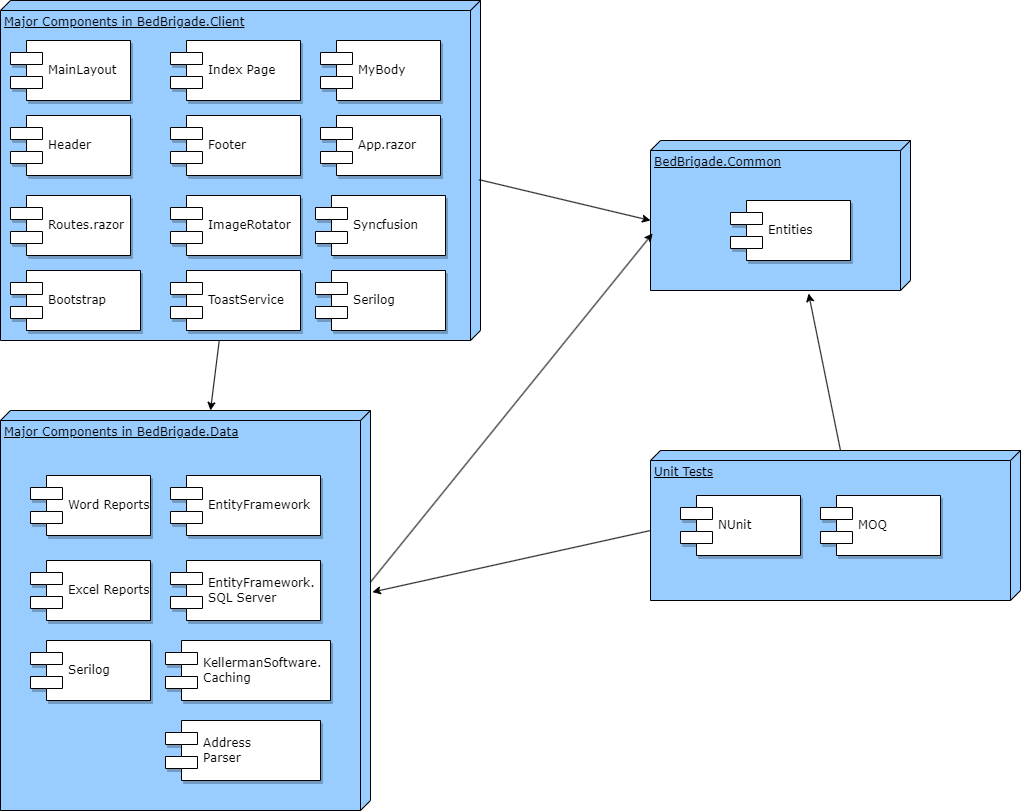
GregFinzer/BedBrigadeNational keeps this draw.io diagram as Documentation/Design/Application Architecture Diagram.png. Above is the earlier version. Source tidied: cells renumbered, new cells last; positions are measured from the earlier drawing's top-left corner, leaving out a move shared by most shapes.
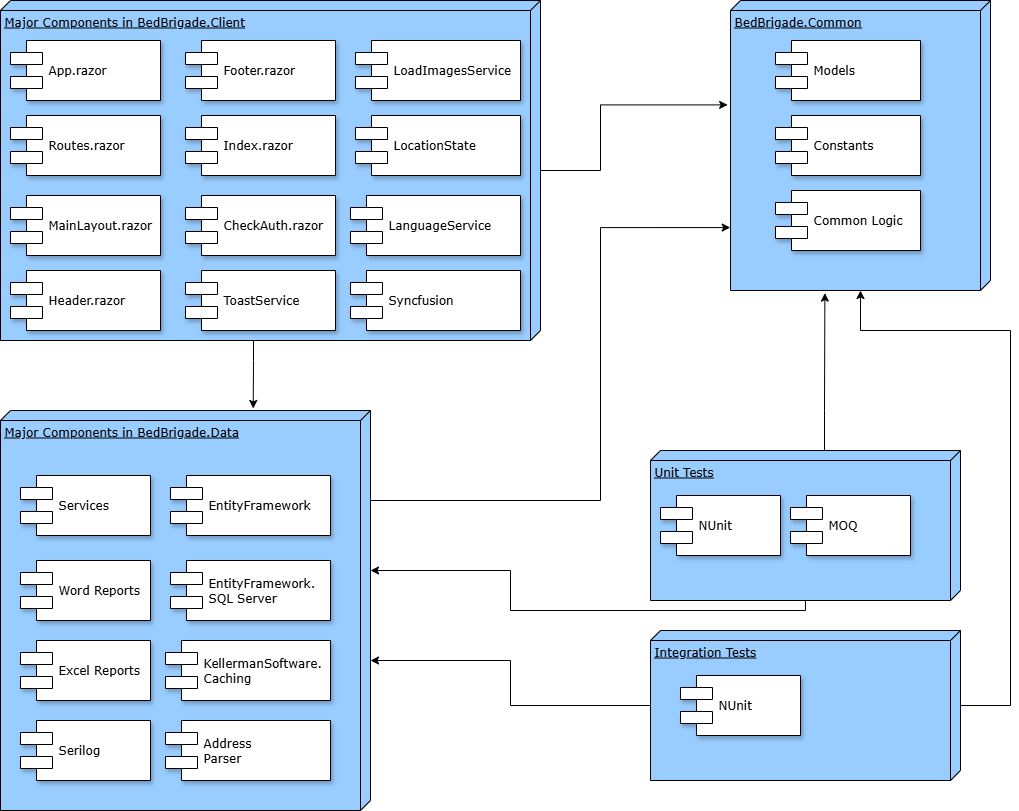
After the commit.

Commit message:
Update Application Architecture Diagram, Application Infrastructure Diagram, EntityRelationshipDiagram, Information Architecture Diagram

The edit, as a diff of the source:
```diff
@@ -3,97 +3,155 @@
     <mxCell id="0" />
     <mxCell id="1" parent="0" />
     <mxCell id="2" value="Major Components in BedBrigade.Client" style="verticalAlign=top;align=left;spacingTop=8;spacingLeft=2;spacingRight=12;shape=cube;size=10;direction=south;fontStyle=4;html=1;rounded=0;shadow=0;comic=0;labelBackgroundColor=none;strokeWidth=1;fontFamily=Verdana;fontSize=12;fillColor=#99CCFF;" parent="1" vertex="1">
-      <mxGeometry width="480" height="340" as="geometry" />
+      <mxGeometry width="540" height="340" as="geometry" />
     </mxCell>
     <mxCell id="3" value="Major Components in BedBrigade.Data" style="verticalAlign=top;align=left;spacingTop=8;spacingLeft=2;spacingRight=12;shape=cube;size=10;direction=south;fontStyle=4;html=1;rounded=0;shadow=0;comic=0;labelBackgroundColor=none;strokeWidth=1;fontFamily=Verdana;fontSize=12;fillColor=#99CCFF;" parent="1" vertex="1">
       <mxGeometry y="410" width="370" height="400" as="geometry" />
     </mxCell>
     <mxCell id="4" value="BedBrigade.Common" style="verticalAlign=top;align=left;spacingTop=8;spacingLeft=2;spacingRight=12;shape=cube;size=10;direction=south;fontStyle=4;html=1;rounded=0;shadow=0;comic=0;labelBackgroundColor=none;strokeWidth=1;fontFamily=Verdana;fontSize=12;fillColor=#99CCFF;" parent="1" vertex="1">
-      <mxGeometry x="650" y="140" width="260" height="150" as="geometry" />
+      <mxGeometry x="730" width="260" height="290" as="geometry" />
     </mxCell>
-    <mxCell id="5" value="Index Page" style="shape=component;align=left;spacingLeft=36;rounded=0;shadow=1;comic=0;labelBackgroundColor=none;strokeWidth=1;fontFamily=Verdana;fontSize=12;html=1;" parent="1" vertex="1">
-      <mxGeometry x="170" y="40" width="130" height="60" as="geometry" />
+    <mxCell id="5" value="Footer.razor" style="shape=component;align=left;spacingLeft=36;rounded=0;shadow=1;comic=0;labelBackgroundColor=none;strokeWidth=1;fontFamily=Verdana;fontSize=12;html=1;" parent="1" vertex="1">
+      <mxGeometry x="185" y="40" width="150" height="60" as="geometry" />
     </mxCell>
     <mxCell id="6" value="Word Reports" style="shape=component;align=left;spacingLeft=36;rounded=0;shadow=1;comic=0;labelBackgroundColor=none;strokeWidth=1;fontFamily=Verdana;fontSize=12;html=1;" parent="1" vertex="1">
-      <mxGeometry x="30" y="475" width="120" height="60" as="geometry" />
+      <mxGeometry x="20" y="560" width="130" height="60" as="geometry" />
     </mxCell>
-    <mxCell id="7" value="Entities" style="shape=component;align=left;spacingLeft=36;rounded=0;shadow=1;comic=0;labelBackgroundColor=none;strokeWidth=1;fontFamily=Verdana;fontSize=12;html=1;" parent="1" vertex="1">
-      <mxGeometry x="730" y="200" width="120" height="60" as="geometry" />
+    <mxCell id="7" value="Models" style="shape=component;align=left;spacingLeft=36;rounded=0;shadow=1;comic=0;labelBackgroundColor=none;strokeWidth=1;fontFamily=Verdana;fontSize=12;html=1;" parent="1" vertex="1">
+      <mxGeometry x="775" y="40" width="145" height="60" as="geometry" />
     </mxCell>
-    <mxCell id="8" value="MainLayout" style="shape=component;align=left;spacingLeft=36;rounded=0;shadow=1;comic=0;labelBackgroundColor=none;strokeWidth=1;fontFamily=Verdana;fontSize=12;html=1;" parent="1" vertex="1">
-      <mxGeometry x="10" y="40" width="120" height="60" as="geometry" />
+    <mxCell id="8" value="App.razor" style="shape=component;align=left;spacingLeft=36;rounded=0;shadow=1;comic=0;labelBackgroundColor=none;strokeWidth=1;fontFamily=Verdana;fontSize=12;html=1;" parent="1" vertex="1">
+      <mxGeometry x="10" y="40" width="150" height="60" as="geometry" />
     </mxCell>
     <mxCell id="9" value="Excel Reports" style="shape=component;align=left;spacingLeft=36;rounded=0;shadow=1;comic=0;labelBackgroundColor=none;strokeWidth=1;fontFamily=Verdana;fontSize=12;html=1;" parent="1" vertex="1">
-      <mxGeometry x="30" y="560" width="120" height="60" as="geometry" />
+      <mxGeometry x="20" y="640" width="130" height="60" as="geometry" />
     </mxCell>
     <mxCell id="10" value="EntityFramework.&lt;br&gt;SQL Server" style="shape=component;align=left;spacingLeft=36;rounded=0;shadow=1;comic=0;labelBackgroundColor=none;strokeWidth=1;fontFamily=Verdana;fontSize=12;html=1;" parent="1" vertex="1">
-      <mxGeometry x="170" y="560" width="150" height="60" as="geometry" />
+      <mxGeometry x="170" y="560" width="160" height="60" as="geometry" />
     </mxCell>
     <mxCell id="11" value="EntityFramework&lt;br&gt;" style="shape=component;align=left;spacingLeft=36;rounded=0;shadow=1;comic=0;labelBackgroundColor=none;strokeWidth=1;fontFamily=Verdana;fontSize=12;html=1;" parent="1" vertex="1">
-      <mxGeometry x="170" y="475" width="150" height="60" as="geometry" />
+      <mxGeometry x="170" y="475" width="160" height="60" as="geometry" />
     </mxCell>
     <mxCell id="12" value="Serilog" style="shape=component;align=left;spacingLeft=36;rounded=0;shadow=1;comic=0;labelBackgroundColor=none;strokeWidth=1;fontFamily=Verdana;fontSize=12;html=1;" parent="1" vertex="1">
-      <mxGeometry x="30" y="640" width="120" height="60" as="geometry" />
+      <mxGeometry x="20" y="720" width="130" height="60" as="geometry" />
     </mxCell>
     <mxCell id="13" value="KellermanSoftware.&lt;br&gt;Caching" style="shape=component;align=left;spacingLeft=36;rounded=0;shadow=1;comic=0;labelBackgroundColor=none;strokeWidth=1;fontFamily=Verdana;fontSize=12;html=1;" parent="1" vertex="1">
       <mxGeometry x="165" y="640" width="165" height="60" as="geometry" />
     </mxCell>
-    <mxCell id="14" style="endArrow=classic;html=1;rounded=0;" parent="1" edge="1" source="2" target="3">
-      <mxGeometry relative="1" as="geometry" />
-    </mxCell>
-    <mxCell id="15" style="endArrow=classic;html=1;rounded=0;exitX=0.527;exitY=0.003;exitDx=0;exitDy=0;exitPerimeter=0;entryX=0;entryY=0;entryDx=80;entryDy=260;entryPerimeter=0;" parent="1" edge="1" source="2" target="4">
-      <mxGeometry relative="1" as="geometry" />
-    </mxCell>
-    <mxCell id="16" style="endArrow=classic;html=1;rounded=0;exitX=0.429;exitY=0;exitDx=0;exitDy=0;exitPerimeter=0;entryX=0.62;entryY=0.992;entryDx=0;entryDy=0;entryPerimeter=0;" parent="1" edge="1" source="3" target="4">
-      <mxGeometry relative="1" as="geometry" />
-    </mxCell>
     <mxCell id="17" value="Unit Tests" style="verticalAlign=top;align=left;spacingTop=8;spacingLeft=2;spacingRight=12;shape=cube;size=10;direction=south;fontStyle=4;html=1;rounded=0;shadow=0;comic=0;labelBackgroundColor=none;strokeWidth=1;fontFamily=Verdana;fontSize=12;fillColor=#99CCFF;" parent="1" vertex="1">
-      <mxGeometry x="650" y="450" width="370" height="150" as="geometry" />
+      <mxGeometry x="650" y="450" width="310" height="150" as="geometry" />
     </mxCell>
     <mxCell id="18" value="NUnit" style="shape=component;align=left;spacingLeft=36;rounded=0;shadow=1;comic=0;labelBackgroundColor=none;strokeWidth=1;fontFamily=Verdana;fontSize=12;html=1;" parent="1" vertex="1">
-      <mxGeometry x="680" y="495" width="120" height="60" as="geometry" />
+      <mxGeometry x="660" y="495" width="120" height="60" as="geometry" />
     </mxCell>
     <mxCell id="19" value="MOQ" style="shape=component;align=left;spacingLeft=36;rounded=0;shadow=1;comic=0;labelBackgroundColor=none;strokeWidth=1;fontFamily=Verdana;fontSize=12;html=1;" parent="1" vertex="1">
-      <mxGeometry x="820" y="495" width="120" height="60" as="geometry" />
+      <mxGeometry x="790" y="495" width="120" height="60" as="geometry" />
     </mxCell>
-    <mxCell id="20" style="endArrow=classic;html=1;rounded=0;exitX=0;exitY=0;exitDx=0;exitDy=180;exitPerimeter=0;entryX=1.02;entryY=0.392;entryDx=0;entryDy=0;entryPerimeter=0;" parent="1" edge="1" source="17" target="4">
-      <mxGeometry relative="1" as="geometry" />
-    </mxCell>
-    <mxCell id="21" style="endArrow=classic;html=1;rounded=0;entryX=0.454;entryY=-0.005;entryDx=0;entryDy=0;entryPerimeter=0;exitX=0;exitY=0;exitDx=80;exitDy=370;exitPerimeter=0;" parent="1" edge="1" source="17" target="3">
-      <mxGeometry relative="1" as="geometry" />
-    </mxCell>
-    <mxCell id="22" value="Header" style="shape=component;align=left;spacingLeft=36;rounded=0;shadow=1;comic=0;labelBackgroundColor=none;strokeWidth=1;fontFamily=Verdana;fontSize=12;html=1;" parent="1" vertex="1">
-      <mxGeometry x="10" y="115" width="120" height="60" as="geometry" />
+    <mxCell id="22" value="Routes.razor" style="shape=component;align=left;spacingLeft=36;rounded=0;shadow=1;comic=0;labelBackgroundColor=none;strokeWidth=1;fontFamily=Verdana;fontSize=12;html=1;" parent="1" vertex="1">
+      <mxGeometry x="10" y="115" width="150" height="60" as="geometry" />
     </mxCell>
-    <mxCell id="23" value="Routes.razor" style="shape=component;align=left;spacingLeft=36;rounded=0;shadow=1;comic=0;labelBackgroundColor=none;strokeWidth=1;fontFamily=Verdana;fontSize=12;html=1;" parent="1" vertex="1">
-      <mxGeometry x="10" y="195" width="120" height="60" as="geometry" />
+    <mxCell id="23" value="MainLayout.razor" style="shape=component;align=left;spacingLeft=36;rounded=0;shadow=1;comic=0;labelBackgroundColor=none;strokeWidth=1;fontFamily=Verdana;fontSize=12;html=1;" parent="1" vertex="1">
+      <mxGeometry x="10" y="195" width="150" height="60" as="geometry" />
     </mxCell>
-    <mxCell id="24" value="Footer" style="shape=component;align=left;spacingLeft=36;rounded=0;shadow=1;comic=0;labelBackgroundColor=none;strokeWidth=1;fontFamily=Verdana;fontSize=12;html=1;" parent="1" vertex="1">
-      <mxGeometry x="170" y="115" width="130" height="60" as="geometry" />
+    <mxCell id="24" value="Index.razor" style="shape=component;align=left;spacingLeft=36;rounded=0;shadow=1;comic=0;labelBackgroundColor=none;strokeWidth=1;fontFamily=Verdana;fontSize=12;html=1;" parent="1" vertex="1">
+      <mxGeometry x="185" y="115" width="150" height="60" as="geometry" />
     </mxCell>
-    <mxCell id="25" value="ImageRotator" style="shape=component;align=left;spacingLeft=36;rounded=0;shadow=1;comic=0;labelBackgroundColor=none;strokeWidth=1;fontFamily=Verdana;fontSize=12;html=1;" parent="1" vertex="1">
-      <mxGeometry x="170" y="195" width="130" height="60" as="geometry" />
+    <mxCell id="25" value="CheckAuth.razor" style="shape=component;align=left;spacingLeft=36;rounded=0;shadow=1;comic=0;labelBackgroundColor=none;strokeWidth=1;fontFamily=Verdana;fontSize=12;html=1;" parent="1" vertex="1">
+      <mxGeometry x="185" y="195" width="150" height="60" as="geometry" />
     </mxCell>
-    <mxCell id="26" value="MyBody" style="shape=component;align=left;spacingLeft=36;rounded=0;shadow=1;comic=0;labelBackgroundColor=none;strokeWidth=1;fontFamily=Verdana;fontSize=12;html=1;" parent="1" vertex="1">
-      <mxGeometry x="320" y="40" width="120" height="60" as="geometry" />
+    <mxCell id="26" value="LoadImagesService" style="shape=component;align=left;spacingLeft=36;rounded=0;shadow=1;comic=0;labelBackgroundColor=none;strokeWidth=1;fontFamily=Verdana;fontSize=12;html=1;" parent="1" vertex="1">
+      <mxGeometry x="355" y="40" width="165" height="60" as="geometry" />
     </mxCell>
     <mxCell id="27" value="Address&lt;br&gt;Parser" style="shape=component;align=left;spacingLeft=36;rounded=0;shadow=1;comic=0;labelBackgroundColor=none;strokeWidth=1;fontFamily=Verdana;fontSize=12;html=1;" parent="1" vertex="1">
-      <mxGeometry x="165" y="720" width="155" height="60" as="geometry" />
+      <mxGeometry x="165" y="720" width="165" height="60" as="geometry" />
     </mxCell>
-    <mxCell id="28" value="App.razor" style="shape=component;align=left;spacingLeft=36;rounded=0;shadow=1;comic=0;labelBackgroundColor=none;strokeWidth=1;fontFamily=Verdana;fontSize=12;html=1;" parent="1" vertex="1">
-      <mxGeometry x="320" y="115" width="120" height="60" as="geometry" />
+    <mxCell id="28" value="LocationState" style="shape=component;align=left;spacingLeft=36;rounded=0;shadow=1;comic=0;labelBackgroundColor=none;strokeWidth=1;fontFamily=Verdana;fontSize=12;html=1;" parent="1" vertex="1">
+      <mxGeometry x="355" y="115" width="165" height="60" as="geometry" />
     </mxCell>
-    <mxCell id="29" value="Syncfusion" style="shape=component;align=left;spacingLeft=36;rounded=0;shadow=1;comic=0;labelBackgroundColor=none;strokeWidth=1;fontFamily=Verdana;fontSize=12;html=1;" parent="1" vertex="1">
-      <mxGeometry x="315" y="195" width="130" height="60" as="geometry" />
+    <mxCell id="29" value="LanguageService" style="shape=component;align=left;spacingLeft=36;rounded=0;shadow=1;comic=0;labelBackgroundColor=none;strokeWidth=1;fontFamily=Verdana;fontSize=12;html=1;" parent="1" vertex="1">
+      <mxGeometry x="350" y="195" width="170" height="60" as="geometry" />
     </mxCell>
-    <mxCell id="30" value="Bootstrap" style="shape=component;align=left;spacingLeft=36;rounded=0;shadow=1;comic=0;labelBackgroundColor=none;strokeWidth=1;fontFamily=Verdana;fontSize=12;html=1;" parent="1" vertex="1">
-      <mxGeometry x="10" y="270" width="130" height="60" as="geometry" />
+    <mxCell id="30" value="Header.razor" style="shape=component;align=left;spacingLeft=36;rounded=0;shadow=1;comic=0;labelBackgroundColor=none;strokeWidth=1;fontFamily=Verdana;fontSize=12;html=1;" parent="1" vertex="1">
+      <mxGeometry x="10" y="270" width="150" height="60" as="geometry" />
     </mxCell>
     <mxCell id="31" value="ToastService" style="shape=component;align=left;spacingLeft=36;rounded=0;shadow=1;comic=0;labelBackgroundColor=none;strokeWidth=1;fontFamily=Verdana;fontSize=12;html=1;" parent="1" vertex="1">
-      <mxGeometry x="170" y="270" width="130" height="60" as="geometry" />
+      <mxGeometry x="185" y="270" width="150" height="60" as="geometry" />
     </mxCell>
-    <mxCell id="32" value="Serilog" style="shape=component;align=left;spacingLeft=36;rounded=0;shadow=1;comic=0;labelBackgroundColor=none;strokeWidth=1;fontFamily=Verdana;fontSize=12;html=1;" parent="1" vertex="1">
-      <mxGeometry x="315" y="270" width="130" height="60" as="geometry" />
+    <mxCell id="32" value="Syncfusion" style="shape=component;align=left;spacingLeft=36;rounded=0;shadow=1;comic=0;labelBackgroundColor=none;strokeWidth=1;fontFamily=Verdana;fontSize=12;html=1;" parent="1" vertex="1">
+      <mxGeometry x="350" y="270" width="170" height="60" as="geometry" />
     </mxCell>
+    <mxCell id="33" value="Common Logic" style="shape=component;align=left;spacingLeft=36;rounded=0;shadow=1;comic=0;labelBackgroundColor=none;strokeWidth=1;fontFamily=Verdana;fontSize=12;html=1;" parent="1" vertex="1">
+      <mxGeometry x="775" y="190" width="145" height="60" as="geometry" />
+    </mxCell>
+    <mxCell id="34" value="Constants" style="shape=component;align=left;spacingLeft=36;rounded=0;shadow=1;comic=0;labelBackgroundColor=none;strokeWidth=1;fontFamily=Verdana;fontSize=12;html=1;" parent="1" vertex="1">
+      <mxGeometry x="775" y="115" width="145" height="60" as="geometry" />
+    </mxCell>
+    <mxCell id="35" value="Services" style="shape=component;align=left;spacingLeft=36;rounded=0;shadow=1;comic=0;labelBackgroundColor=none;strokeWidth=1;fontFamily=Verdana;fontSize=12;html=1;" parent="1" vertex="1">
+      <mxGeometry x="20" y="475" width="130" height="60" as="geometry" />
+    </mxCell>
+    <mxCell id="36" style="edgeStyle=orthogonalEdgeStyle;rounded=0;jettySize=auto;html=1;" parent="1" edge="1" source="37" target="3">
+      <mxGeometry relative="1" as="geometry">
+        <Array as="points">
+          <mxPoint x="510" y="705" />
+          <mxPoint x="510" y="660" />
+        </Array>
+      </mxGeometry>
+    </mxCell>
+    <mxCell id="37" value="Integration Tests" style="verticalAlign=top;align=left;spacingTop=8;spacingLeft=2;spacingRight=12;shape=cube;size=10;direction=south;fontStyle=4;html=1;rounded=0;shadow=0;comic=0;labelBackgroundColor=none;strokeWidth=1;fontFamily=Verdana;fontSize=12;fillColor=#99CCFF;" parent="1" vertex="1">
+      <mxGeometry x="650" y="630" width="310" height="150" as="geometry" />
+    </mxCell>
+    <mxCell id="38" value="NUnit" style="shape=component;align=left;spacingLeft=36;rounded=0;shadow=1;comic=0;labelBackgroundColor=none;strokeWidth=1;fontFamily=Verdana;fontSize=12;html=1;" parent="1" vertex="1">
+      <mxGeometry x="680" y="675" width="120" height="60" as="geometry" />
+    </mxCell>
+    <mxCell id="14" style="edgeStyle=orthogonalEdgeStyle;rounded=0;jettySize=auto;html=1;entryX=-0.005;entryY=0.317;entryDx=0;entryDy=0;entryPerimeter=0;" parent="1" edge="1" source="2" target="3">
+      <mxGeometry relative="1" as="geometry">
+        <Array as="points">
+          <mxPoint x="253" y="360" />
+          <mxPoint x="253" y="360" />
+        </Array>
+      </mxGeometry>
+    </mxCell>
+    <mxCell id="15" style="edgeStyle=orthogonalEdgeStyle;rounded=0;jettySize=auto;html=1;entryX=0.36;entryY=1.011;entryDx=0;entryDy=0;entryPerimeter=0;" parent="1" edge="1" source="2" target="4">
+      <mxGeometry relative="1" as="geometry">
+        <Array as="points">
+          <mxPoint x="600" y="170" />
+          <mxPoint x="600" y="104" />
+        </Array>
+      </mxGeometry>
+    </mxCell>
+    <mxCell id="16" style="edgeStyle=orthogonalEdgeStyle;rounded=0;jettySize=auto;html=1;entryX=0.783;entryY=1.001;entryDx=0;entryDy=0;entryPerimeter=0;" parent="1" edge="1" source="3" target="4">
+      <mxGeometry relative="1" as="geometry">
+        <Array as="points">
+          <mxPoint x="600" y="500" />
+          <mxPoint x="600" y="227" />
+        </Array>
+      </mxGeometry>
+    </mxCell>
+    <mxCell id="21" style="edgeStyle=orthogonalEdgeStyle;rounded=0;jettySize=auto;html=1;" parent="1" edge="1" source="17" target="3">
+      <mxGeometry relative="1" as="geometry">
+        <Array as="points">
+          <mxPoint x="805" y="610" />
+          <mxPoint x="510" y="610" />
+          <mxPoint x="510" y="570" />
+        </Array>
+      </mxGeometry>
+    </mxCell>
+    <mxCell id="20" style="edgeStyle=orthogonalEdgeStyle;rounded=0;jettySize=auto;html=1;entryX=1.009;entryY=0.637;entryDx=0;entryDy=0;entryPerimeter=0;" parent="1" edge="1" source="17" target="4">
+      <mxGeometry relative="1" as="geometry">
+        <Array as="points">
+          <mxPoint x="824" y="410" />
+          <mxPoint x="824" y="410" />
+        </Array>
+      </mxGeometry>
+    </mxCell>
+    <mxCell id="39" style="edgeStyle=orthogonalEdgeStyle;rounded=0;jettySize=auto;html=1;" parent="1" edge="1" source="37" target="4">
+      <mxGeometry relative="1" as="geometry">
+        <Array as="points">
+          <mxPoint x="1010" y="705" />
+          <mxPoint x="1010" y="330" />
+          <mxPoint x="860" y="330" />
+        </Array>
+      </mxGeometry>
+    </mxCell>
   </root>
 </mxGraphModel>
```
